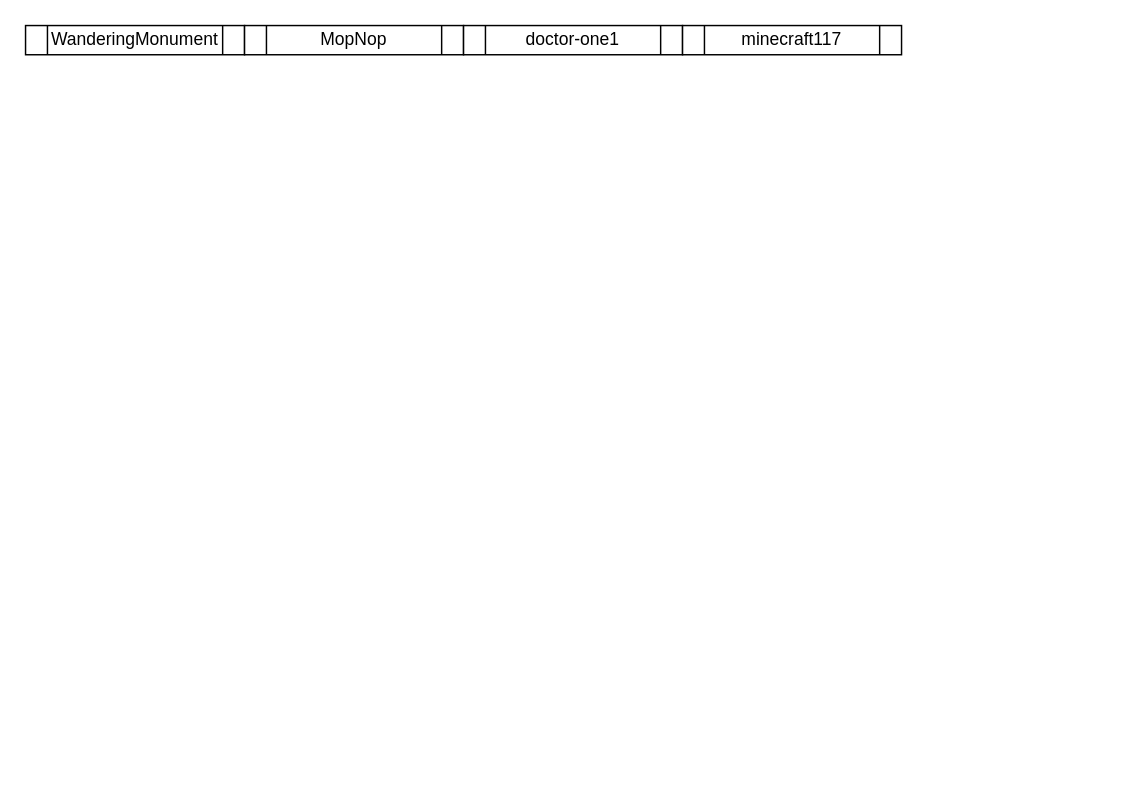
Earlier version of the draw.io diagram Untitled Diagram.drawio (cheeseEnthusiasts/ideas). Source tidied: cells renumbered, new cells numbered last; positions are measured from the earlier drawing's top-left corner, leaving out a move shared by most shapes. Both pictures are drawn from the tidied source at 146%, with x=0, y=0 at pixel (25, 25).
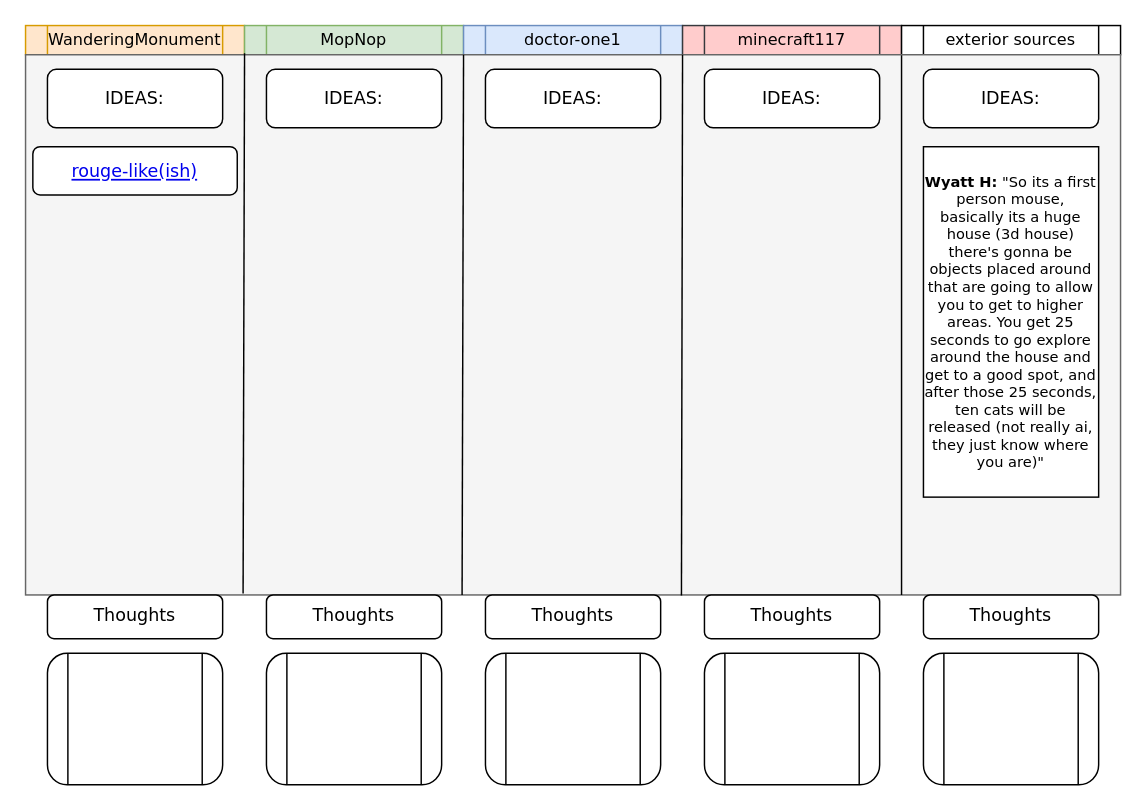
After the change.

Commit message:
Added a lot to the idea board

Diff of the diagram source:
```diff
@@
-    <mxCell id="2" value="WanderingMonument" style="shape=process;whiteSpace=wrap;html=1;backgroundOutline=1;" parent="1" vertex="1">
+    <mxCell id="2" value="WanderingMonument" style="shape=process;whiteSpace=wrap;html=1;backgroundOutline=1;fontFamily=Verdana;fillColor=#ffe6cc;strokeColor=#d79b00;fontSize=11;" parent="1" vertex="1">
       <mxGeometry width="150" height="20" as="geometry" />
     </mxCell>
-    <mxCell id="3" value="MopNop" style="shape=process;whiteSpace=wrap;html=1;backgroundOutline=1;" parent="1" vertex="1">
+    <mxCell id="3" value="MopNop" style="shape=process;whiteSpace=wrap;html=1;backgroundOutline=1;fontFamily=Verdana;fillColor=#d5e8d4;strokeColor=#82b366;fontSize=11;" parent="1" vertex="1">
       <mxGeometry x="150" width="150" height="20" as="geometry" />
     </mxCell>
-    <mxCell id="4" value="doctor-one1" style="shape=process;whiteSpace=wrap;html=1;backgroundOutline=1;" parent="1" vertex="1">
+    <mxCell id="4" value="doctor-one1" style="shape=process;whiteSpace=wrap;html=1;backgroundOutline=1;fontFamily=Verdana;fillColor=#dae8fc;strokeColor=#6c8ebf;fontSize=11;" parent="1" vertex="1">
       <mxGeometry x="300" width="150" height="20" as="geometry" />
     </mxCell>
-    <mxCell id="5" value="minecraft117" style="shape=process;whiteSpace=wrap;html=1;backgroundOutline=1;" parent="1" vertex="1">
+    <mxCell id="5" value="minecraft117" style="shape=process;whiteSpace=wrap;html=1;backgroundOutline=1;fontFamily=Verdana;fillColor=#ffcccc;strokeColor=#36393d;fontSize=11;" parent="1" vertex="1">
       <mxGeometry x="450" width="150" height="20" as="geometry" />
     </mxCell>
+    <mxCell id="6" value="exterior sources" style="shape=process;whiteSpace=wrap;html=1;backgroundOutline=1;fontFamily=Verdana;fontSize=11;" parent="1" vertex="1">
+      <mxGeometry x="600" width="150" height="20" as="geometry" />
+    </mxCell>
+    <mxCell id="7" style="rounded=0;whiteSpace=wrap;html=1;fontFamily=Verdana;fillColor=#f5f5f5;fontColor=#333333;strokeColor=#666666;" parent="1" vertex="1">
+      <mxGeometry y="20" width="750" height="370" as="geometry" />
+    </mxCell>
+    <mxCell id="8" value="&lt;b style=&quot;font-size: 10px;&quot;&gt;Wyatt H:&lt;/b&gt; &quot;So its a first person mouse, basically its a huge house (3d house) there's gonna be objects placed around that are going to allow you to get to higher areas. You get 25 seconds to go explore around the house and get to a good spot, and after those 25 seconds, ten cats will be released (not really ai, they just know where you are)&quot;" style="rounded=0;whiteSpace=wrap;html=1;align=center;horizontal=1;verticalAlign=middle;fontSize=10;fontStyle=0;fontFamily=Verdana;" parent="1" vertex="1">
+      <mxGeometry x="615" y="83" width="120" height="240" as="geometry" />
+    </mxCell>
+    <mxCell id="9" style="endArrow=none;html=1;rounded=0;entryX=0.8;entryY=0.001;entryDx=0;entryDy=0;entryPerimeter=0;fontFamily=Verdana;" parent="1" edge="1" target="7">
+      <mxGeometry relative="1" as="geometry">
+        <mxPoint x="600" y="390" as="sourcePoint" />
+      </mxGeometry>
+    </mxCell>
+    <mxCell id="10" style="endArrow=none;html=1;rounded=0;entryX=0;entryY=1;entryDx=0;entryDy=0;exitX=0.599;exitY=1.001;exitDx=0;exitDy=0;exitPerimeter=0;fontFamily=Verdana;" parent="1" edge="1" source="7" target="5">
+      <mxGeometry relative="1" as="geometry" />
+    </mxCell>
+    <mxCell id="11" style="endArrow=none;html=1;rounded=0;entryX=0;entryY=1;entryDx=0;entryDy=0;exitX=0.599;exitY=1.001;exitDx=0;exitDy=0;exitPerimeter=0;fontFamily=Verdana;" parent="1" edge="1">
+      <mxGeometry relative="1" as="geometry">
+        <mxPoint x="149" y="389" as="sourcePoint" />
+        <mxPoint x="150" y="19" as="targetPoint" />
+      </mxGeometry>
+    </mxCell>
+    <mxCell id="12" style="endArrow=none;html=1;rounded=0;entryX=0;entryY=1;entryDx=0;entryDy=0;exitX=0.599;exitY=1.001;exitDx=0;exitDy=0;exitPerimeter=0;fontFamily=Verdana;" parent="1" edge="1">
+      <mxGeometry relative="1" as="geometry">
+        <mxPoint x="299" y="390" as="sourcePoint" />
+        <mxPoint x="300" y="20" as="targetPoint" />
+      </mxGeometry>
+    </mxCell>
+    <mxCell id="13" value="Thoughts" style="rounded=1;whiteSpace=wrap;html=1;verticalAlign=top;fontFamily=Verdana;" parent="1" vertex="1">
+      <mxGeometry x="15" y="390" width="120" height="30" as="geometry" />
+    </mxCell>
+    <mxCell id="14" value="Thoughts" style="rounded=1;whiteSpace=wrap;html=1;verticalAlign=top;fontFamily=Verdana;" parent="1" vertex="1">
+      <mxGeometry x="165" y="390" width="120" height="30" as="geometry" />
+    </mxCell>
+    <mxCell id="15" value="Thoughts" style="rounded=1;whiteSpace=wrap;html=1;verticalAlign=top;fontFamily=Verdana;" parent="1" vertex="1">
+      <mxGeometry x="315" y="390" width="120" height="30" as="geometry" />
+    </mxCell>
+    <mxCell id="16" value="Thoughts" style="rounded=1;whiteSpace=wrap;html=1;verticalAlign=top;fontFamily=Verdana;" parent="1" vertex="1">
+      <mxGeometry x="465" y="390" width="120" height="30" as="geometry" />
+    </mxCell>
+    <mxCell id="17" value="Thoughts" style="rounded=1;whiteSpace=wrap;html=1;verticalAlign=top;fontFamily=Verdana;" parent="1" vertex="1">
+      <mxGeometry x="615" y="390" width="120" height="30" as="geometry" />
+    </mxCell>
+    <mxCell id="18" value="rouge-like(ish)" style="fontColor=#0000EE;fontStyle=4;rounded=1;overflow=hidden;spacing=10;fontFamily=Verdana;" parent="1" vertex="1">
+      <mxGeometry x="5" y="83" width="140" height="33" as="geometry" />
+    </mxCell>
+    <mxCell id="19" value="IDEAS:" style="rounded=1;whiteSpace=wrap;html=1;fontFamily=Verdana;" parent="1" vertex="1">
+      <mxGeometry x="15" y="30" width="120" height="40" as="geometry" />
+    </mxCell>
+    <mxCell id="20" value="IDEAS:" style="rounded=1;whiteSpace=wrap;html=1;fontFamily=Verdana;" parent="1" vertex="1">
+      <mxGeometry x="165" y="30" width="120" height="40" as="geometry" />
+    </mxCell>
+    <mxCell id="21" value="IDEAS:" style="rounded=1;whiteSpace=wrap;html=1;fontFamily=Verdana;" parent="1" vertex="1">
+      <mxGeometry x="315" y="30" width="120" height="40" as="geometry" />
+    </mxCell>
+    <mxCell id="22" value="IDEAS:" style="rounded=1;whiteSpace=wrap;html=1;fontFamily=Verdana;" parent="1" vertex="1">
+      <mxGeometry x="465" y="30" width="120" height="40" as="geometry" />
+    </mxCell>
+    <mxCell id="23" value="IDEAS:" style="rounded=1;whiteSpace=wrap;html=1;fontFamily=Verdana;" parent="1" vertex="1">
+      <mxGeometry x="615" y="30" width="120" height="40" as="geometry" />
+    </mxCell>
+    <mxCell id="24" style="edgeStyle=orthogonalEdgeStyle;rounded=0;orthogonalLoop=1;jettySize=auto;html=1;exitX=0.5;exitY=1;exitDx=0;exitDy=0;" parent="1" edge="1" source="14" target="14">
+      <mxGeometry relative="1" as="geometry" />
+    </mxCell>
+    <mxCell id="25" style="shape=process;whiteSpace=wrap;html=1;backgroundOutline=1;rounded=1;" parent="1" vertex="1">
+      <mxGeometry x="15" y="430" width="120" height="90" as="geometry" />
+    </mxCell>
+    <mxCell id="26" style="shape=process;whiteSpace=wrap;html=1;backgroundOutline=1;rounded=1;" parent="1" vertex="1">
+      <mxGeometry x="165" y="430" width="120" height="90" as="geometry" />
+    </mxCell>
+    <mxCell id="27" style="shape=process;whiteSpace=wrap;html=1;backgroundOutline=1;rounded=1;" parent="1" vertex="1">
+      <mxGeometry x="315" y="430" width="120" height="90" as="geometry" />
+    </mxCell>
+    <mxCell id="28" style="shape=process;whiteSpace=wrap;html=1;backgroundOutline=1;rounded=1;" parent="1" vertex="1">
+      <mxGeometry x="465" y="430" width="120" height="90" as="geometry" />
+    </mxCell>
+    <mxCell id="29" style="shape=process;whiteSpace=wrap;html=1;backgroundOutline=1;rounded=1;" parent="1" vertex="1">
+      <mxGeometry x="615" y="430" width="120" height="90" as="geometry" />
+    </mxCell>
```
